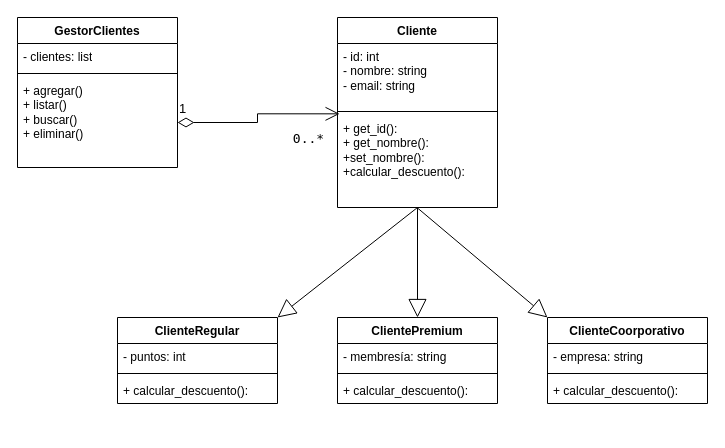
rjvillegasm/Mod4_ABP keeps this draw.io diagram as diagramas/clientes_uml.drawio. Above is the earlier version. Source tidied: cells renumbered, new cells numbered last; positions are measured from the earlier drawing's top-left corner, leaving out a move shared by most shapes. Both pictures are drawn from the tidied source at 100%, with x=0, y=0 at pixel (17, 17).
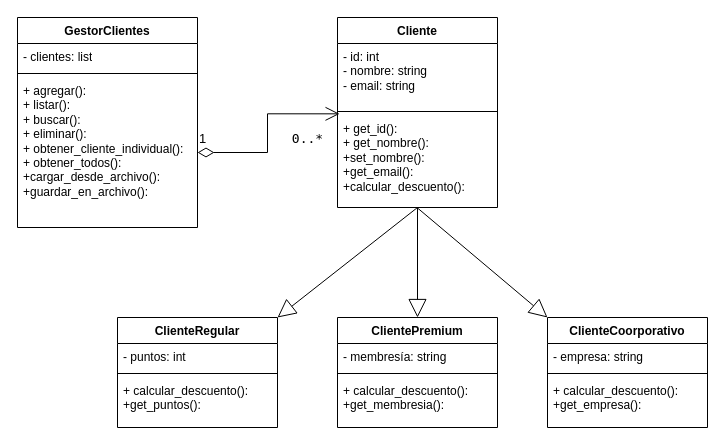
After the change.

Commit message (it also covers changes not shown here):
actualiza diagrama uml y readme

The change refers to these unchanged cells:
```xml
<mxCell id="2" value="Cliente" style="swimlane;fontStyle=1;align=center;verticalAlign=top;horizontal=1;startSize=26;whiteSpace=wrap;html=1;" parent="1" vertex="1">
  <mxGeometry x="320" width="160" height="190" as="geometry" />
</mxCell>
```

The edit, as a diff of the source:
```diff
@@
-    <mxCell id="5" value="+ get_id():&lt;div&gt;+ get_nombre():&lt;/div&gt;&lt;div&gt;+set_nombre():&lt;/div&gt;&lt;div&gt;+calcular_descuento():&lt;/div&gt;" style="text;strokeColor=none;fillColor=none;align=left;verticalAlign=top;spacingLeft=4;spacingRight=4;overflow=hidden;points=[[0,0.5],[1,0.5]];portConstraint=eastwest;whiteSpace=wrap;html=1;" parent="2" vertex="1">
+    <mxCell id="5" value="+ get_id():&lt;div&gt;+ get_nombre():&lt;/div&gt;&lt;div&gt;+set_nombre():&lt;/div&gt;&lt;div&gt;&lt;span style=&quot;background-color: transparent; color: light-dark(rgb(0, 0, 0), rgb(255, 255, 255));&quot;&gt;+get_email():&lt;/span&gt;&lt;/div&gt;&lt;div&gt;&lt;span style=&quot;background-color: transparent; color: light-dark(rgb(0, 0, 0), rgb(255, 255, 255));&quot;&gt;+calcular_descuento():&lt;/span&gt;&lt;/div&gt;" style="text;strokeColor=none;fillColor=none;align=left;verticalAlign=top;spacingLeft=4;spacingRight=4;overflow=hidden;points=[[0,0.5],[1,0.5]];portConstraint=eastwest;whiteSpace=wrap;html=1;" parent="2" vertex="1">
       <mxGeometry y="98" width="160" height="92" as="geometry" />
     </mxCell>
     <mxCell id="6" value="GestorClientes" style="swimlane;fontStyle=1;align=center;verticalAlign=top;horizontal=1;startSize=26;whiteSpace=wrap;html=1;" parent="1" vertex="1">
-      <mxGeometry width="160" height="150" as="geometry" />
+      <mxGeometry width="180" height="210" as="geometry" />
     </mxCell>
     <mxCell id="7" value="- clientes: list" style="text;strokeColor=none;fillColor=none;align=left;verticalAlign=top;spacingLeft=4;spacingRight=4;overflow=hidden;whiteSpace=wrap;html=1;" parent="6" vertex="1">
-      <mxGeometry y="26" width="160" height="26" as="geometry" />
+      <mxGeometry y="26" width="180" height="26" as="geometry" />
     </mxCell>
     <mxCell id="8" style="line;strokeWidth=1;fillColor=none;align=left;verticalAlign=middle;spacingTop=-1;spacingLeft=3;spacingRight=3;labelPosition=right;strokeColor=inherit;" parent="6" vertex="1">
-      <mxGeometry y="52" width="160" height="8" as="geometry" />
+      <mxGeometry y="52" width="180" height="8" as="geometry" />
     </mxCell>
-    <mxCell id="9" value="+ agregar()&lt;div&gt;+ listar()&lt;/div&gt;&lt;div&gt;+ buscar()&lt;/div&gt;&lt;div&gt;+ eliminar()&lt;/div&gt;&lt;div&gt;&lt;br&gt;&lt;/div&gt;" style="text;strokeColor=none;fillColor=none;align=left;verticalAlign=top;spacingLeft=4;spacingRight=4;overflow=hidden;points=[[0,0.5],[1,0.5]];portConstraint=eastwest;whiteSpace=wrap;html=1;" parent="6" vertex="1">
-      <mxGeometry y="60" width="160" height="90" as="geometry" />
+    <mxCell id="9" value="+ agregar():&lt;div&gt;+ listar():&lt;/div&gt;&lt;div&gt;+ buscar():&lt;/div&gt;&lt;div&gt;+ eliminar():&lt;/div&gt;&lt;div&gt;+ obtener_cliente_individual():&lt;/div&gt;&lt;div&gt;+ obtener_todos():&lt;/div&gt;&lt;div&gt;+cargar_desde_archivo():&lt;/div&gt;&lt;div&gt;+guardar_en_archivo():&lt;/div&gt;" style="text;strokeColor=none;fillColor=none;align=left;verticalAlign=top;spacingLeft=4;spacingRight=4;overflow=hidden;points=[[0,0.5],[1,0.5]];portConstraint=eastwest;whiteSpace=wrap;html=1;" parent="6" vertex="1">
+      <mxGeometry y="60" width="180" height="150" as="geometry" />
     </mxCell>
     <mxCell id="10" value="ClienteRegular" style="swimlane;fontStyle=1;align=center;verticalAlign=top;horizontal=1;startSize=26;whiteSpace=wrap;html=1;" parent="1" vertex="1">
-      <mxGeometry x="100" y="300" width="160" height="86" as="geometry" />
+      <mxGeometry x="100" y="300" width="160" height="110" as="geometry" />
     </mxCell>
@@
-    <mxCell id="13" value="+ calcular_descuento():" style="text;strokeColor=none;fillColor=none;align=left;verticalAlign=top;spacingLeft=4;spacingRight=4;overflow=hidden;whiteSpace=wrap;html=1;" parent="10" vertex="1">
-      <mxGeometry y="60" width="160" height="26" as="geometry" />
+    <mxCell id="13" value="+ calcular_descuento():&lt;div&gt;+get_puntos():&lt;/div&gt;" style="text;strokeColor=none;fillColor=none;align=left;verticalAlign=top;spacingLeft=4;spacingRight=4;overflow=hidden;whiteSpace=wrap;html=1;" parent="10" vertex="1">
+      <mxGeometry y="60" width="160" height="50" as="geometry" />
     </mxCell>
     <mxCell id="14" value="ClientePremium" style="swimlane;fontStyle=1;align=center;verticalAlign=top;horizontal=1;startSize=26;whiteSpace=wrap;html=1;" parent="1" vertex="1">
-      <mxGeometry x="320" y="300" width="160" height="86" as="geometry" />
+      <mxGeometry x="320" y="300" width="160" height="110" as="geometry" />
     </mxCell>
@@
-    <mxCell id="17" value="+ calcular_descuento():" style="text;strokeColor=none;fillColor=none;align=left;verticalAlign=top;spacingLeft=4;spacingRight=4;overflow=hidden;whiteSpace=wrap;html=1;" parent="14" vertex="1">
-      <mxGeometry y="60" width="160" height="26" as="geometry" />
+    <mxCell id="17" value="+ calcular_descuento():&lt;div&gt;+get_membresia():&lt;/div&gt;" style="text;strokeColor=none;fillColor=none;align=left;verticalAlign=top;spacingLeft=4;spacingRight=4;overflow=hidden;whiteSpace=wrap;html=1;" parent="14" vertex="1">
+      <mxGeometry y="60" width="160" height="50" as="geometry" />
     </mxCell>
     <mxCell id="18" value="ClienteCoorporativo" style="swimlane;fontStyle=1;align=center;verticalAlign=top;horizontal=1;startSize=26;whiteSpace=wrap;html=1;" parent="1" vertex="1">
-      <mxGeometry x="530" y="300" width="160" height="86" as="geometry" />
+      <mxGeometry x="530" y="300" width="160" height="110" as="geometry" />
     </mxCell>
@@
-    <mxCell id="21" value="+ calcular_descuento():" style="text;strokeColor=none;fillColor=none;align=left;verticalAlign=top;spacingLeft=4;spacingRight=4;overflow=hidden;whiteSpace=wrap;html=1;" parent="18" vertex="1">
-      <mxGeometry y="60" width="160" height="26" as="geometry" />
+    <mxCell id="21" value="+ calcular_descuento():&lt;div&gt;+get_empresa():&lt;/div&gt;" style="text;strokeColor=none;fillColor=none;align=left;verticalAlign=top;spacingLeft=4;spacingRight=4;overflow=hidden;whiteSpace=wrap;html=1;" parent="18" vertex="1">
+      <mxGeometry y="60" width="160" height="50" as="geometry" />
     </mxCell>
```
